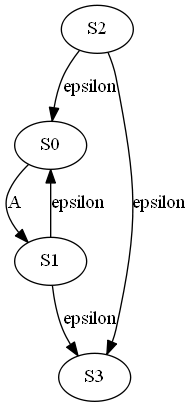
ByLy23/Regexitive-AFD-converter keeps this Graphviz diagram as AFND_201700733/Thompson2.png. Above is the earlier version. Its source is kept beside it as Dot/Thompson2.dot. Its diagram source:
```dot
digraph Thompson{
S0[label="S0"];
S1[label="S1"];
S0 -> S1 [label="A"];
S2[label="S2"];
S3[label="S3"];
S2 -> S0 [label="epsilon"];
S2 -> S3 [label="epsilon"];
S1 -> S0 [label="epsilon"];
S1 -> S3 [label="epsilon"];

}
```
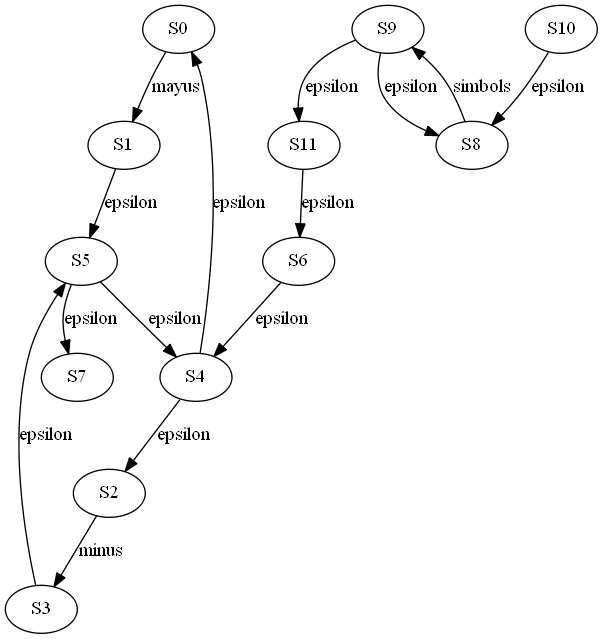
Above is the later version.

What changed in the source:
```diff
@@ -1,12 +1,29 @@
 digraph Thompson{
 S0[label="S0"];
 S1[label="S1"];
-S0 -> S1 [label="A"];
+S0 -> S1 [label="mayus"];
 S2[label="S2"];
 S3[label="S3"];
-S2 -> S0 [label="epsilon"];
-S2 -> S3 [label="epsilon"];
-S1 -> S0 [label="epsilon"];
-S1 -> S3 [label="epsilon"];
+S2 -> S3 [label="minus"];
+S4[label="S4"];
+S5[label="S5"];
+S4 -> S2 [label="epsilon"];
+S4 -> S0 [label="epsilon"];
+S3 -> S5 [label="epsilon"];
+S1 -> S5 [label="epsilon"];
+S6[label="S6"];
+S7[label="S7"];
+S6 -> S4 [label="epsilon"];
+S5 -> S7 [label="epsilon"];
+S5 -> S4 [label="epsilon"];
+S8[label="S8"];
+S9[label="S9"];
+S8 -> S9 [label="simbols"];
+S10[label="S10"];
+S11[label="S11"];
+S10 -> S8 [label="epsilon"];
+S9 -> S11 [label="epsilon"];
+S9 -> S8 [label="epsilon"];
+S11 -> S6 [label="epsilon"];
 
 }
```
